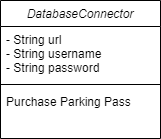
Earlier version of the draw.io export Module5/ProgrammingAssignment/Chapter38Exercise/SalaryDatabaseWebUML.png (njlowhorn/Java_Class). Source tidied: cells renumbered, new cells last; positions are measured from the earlier drawing's top-left corner, leaving out a move shared by most shapes.
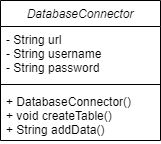
Later version of the same file.

Change to the diagram source:
```diff
@@ -1,9 +1,9 @@
-<mxGraphModel>
+<mxGraphModel background="#ffffff">
   <root>
     <mxCell id="0" />
     <mxCell id="1" parent="0" />
     <mxCell id="2" value="DatabaseConnector" style="swimlane;fontStyle=2;align=center;verticalAlign=top;horizontal=1;startSize=26;rounded=0;shadow=0;strokeWidth=1;" parent="1" vertex="1">
-      <mxGeometry width="160" height="138" as="geometry" />
+      <mxGeometry width="160" height="140" as="geometry" />
     </mxCell>
     <mxCell id="3" value="- String url&#10;- String username&#10;- String password" style="text;align=left;verticalAlign=top;spacingLeft=4;spacingRight=4;overflow=hidden;" parent="2" vertex="1">
       <mxGeometry y="26" width="160" height="54" as="geometry" />
@@ -11,8 +11,8 @@
     <mxCell id="4" style="line;html=1;strokeWidth=1;align=left;verticalAlign=middle;spacingTop=-1;spacingLeft=3;spacingRight=3;labelPosition=right;" parent="2" vertex="1">
       <mxGeometry y="80" width="160" height="8" as="geometry" />
     </mxCell>
-    <mxCell id="5" value="Purchase Parking Pass" style="text;align=left;verticalAlign=top;spacingLeft=4;spacingRight=4;overflow=hidden;" parent="2" vertex="1">
-      <mxGeometry y="88" width="160" height="26" as="geometry" />
+    <mxCell id="5" value="+ DatabaseConnector()&#10;+ void createTable()&#10;+ String addData()" style="text;align=left;verticalAlign=top;spacingLeft=4;spacingRight=4;overflow=hidden;" parent="2" vertex="1">
+      <mxGeometry y="88" width="160" height="52" as="geometry" />
     </mxCell>
   </root>
 </mxGraphModel>
```
